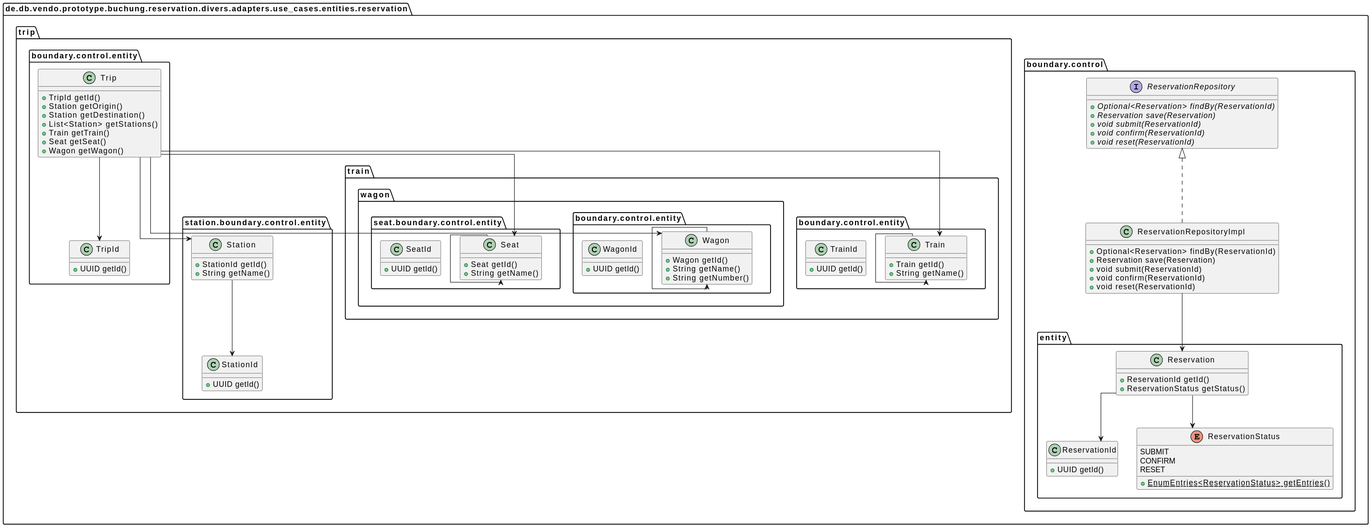
Before: doc/uml/svg/er-model.svg, a diagram exported from PlantUML (punkratz312/reservation-proto).
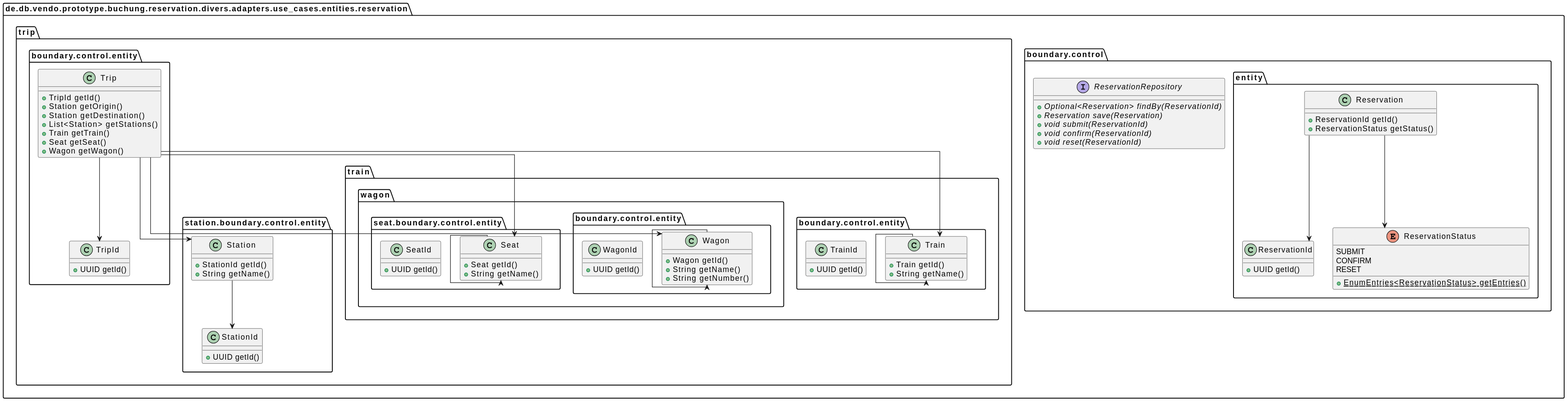
Above is the later version.

Diff of the diagram source:
```diff
@@ -9,13 +9,6 @@
   + {abstract}void submit(ReservationId)
   + {abstract}void confirm(ReservationId)
   + {abstract}void reset(ReservationId)
-}
-class "ReservationRepositoryImpl" as de.db.vendo.prototype.buchung.reservation.divers.adapters.use_cases.entities.reservation.boundary.control.ReservationRepositoryImpl {
-  +Optional<Reservation> findBy(ReservationId)
-  +Reservation save(Reservation)
-  +void submit(ReservationId)
-  +void confirm(ReservationId)
-  +void reset(ReservationId)
 }
 class "Reservation" as de.db.vendo.prototype.buchung.reservation.divers.adapters.use_cases.entities.reservation.boundary.control.entity.Reservation {
   +ReservationId getId()
@@ -72,8 +65,6 @@
 class "SeatId" as de.db.vendo.prototype.buchung.reservation.divers.adapters.use_cases.entities.reservation.trip.train.wagon.seat.boundary.control.entity.SeatId {
   +UUID getId()
 }
-de.db.vendo.prototype.buchung.reservation.divers.adapters.use_cases.entities.reservation.boundary.control.ReservationRepositoryImpl .u.|> de.db.vendo.prototype.buchung.reservation.divers.adapters.use_cases.entities.reservation.boundary.control.ReservationRepository
-de.db.vendo.prototype.buchung.reservation.divers.adapters.use_cases.entities.reservation.boundary.control.ReservationRepositoryImpl --> de.db.vendo.prototype.buchung.reservation.divers.adapters.use_cases.entities.reservation.boundary.control.entity.Reservation
 de.db.vendo.prototype.buchung.reservation.divers.adapters.use_cases.entities.reservation.boundary.control.entity.Reservation --> de.db.vendo.prototype.buchung.reservation.divers.adapters.use_cases.entities.reservation.boundary.control.entity.ReservationId
 de.db.vendo.prototype.buchung.reservation.divers.adapters.use_cases.entities.reservation.boundary.control.entity.Reservation --> de.db.vendo.prototype.buchung.reservation.divers.adapters.use_cases.entities.reservation.boundary.control.entity.ReservationStatus
 de.db.vendo.prototype.buchung.reservation.divers.adapters.use_cases.entities.reservation.trip.boundary.control.entity.Trip --> de.db.vendo.prototype.buchung.reservation.divers.adapters.use_cases.entities.reservation.trip.boundary.control.entity.TripId
```
